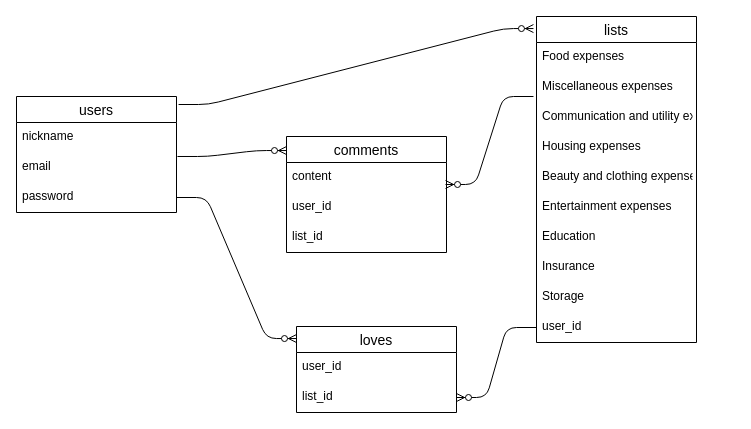
Before: db.dio in karma0918/Fixed_fee, a draw.io diagram. Source tidied: cells renumbered, new cells numbered last; positions are measured from the earlier drawing's top-left corner, leaving out a move shared by most shapes. Both pictures are drawn from the tidied source at 100%, with x=0, y=0 at pixel (16, 16).
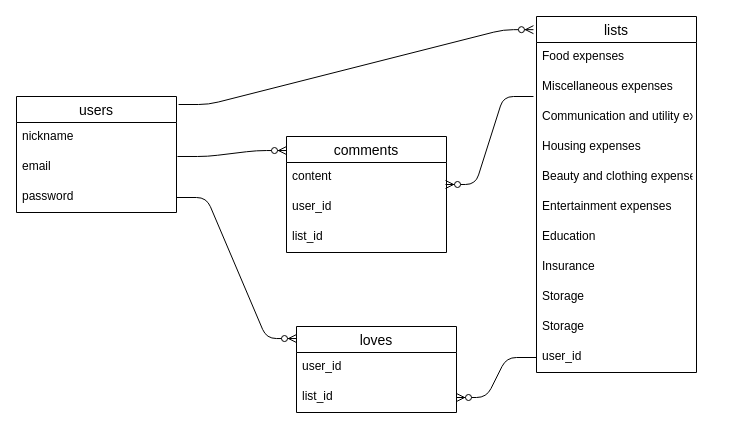
After the change.

Commit message:
listに説明欄を追加

Diff of the diagram source:
```diff
@@
     <mxCell id="6" value="lists" style="swimlane;fontStyle=0;horizontal=1;startSize=26;align=center;fontSize=14;" parent="1" vertex="1">
-      <mxGeometry x="520" width="160" height="326" as="geometry" />
+      <mxGeometry x="520" width="160" height="356" as="geometry" />
     </mxCell>
@@
+    <mxCell id="29" value="Storage" style="text;strokeColor=none;fillColor=none;spacingLeft=4;spacingRight=4;overflow=hidden;fontSize=12;" parent="6" vertex="1">
+      <mxGeometry y="296" width="160" height="30" as="geometry" />
+    </mxCell>
     <mxCell id="16" value="user_id" style="text;strokeColor=none;fillColor=none;spacingLeft=4;spacingRight=4;overflow=hidden;points=[[0,0.5],[1,0.5]];portConstraint=eastwest;fontSize=12;" parent="6" vertex="1">
-      <mxGeometry y="296" width="160" height="30" as="geometry" />
+      <mxGeometry y="326" width="160" height="30" as="geometry" />
     </mxCell>
```
